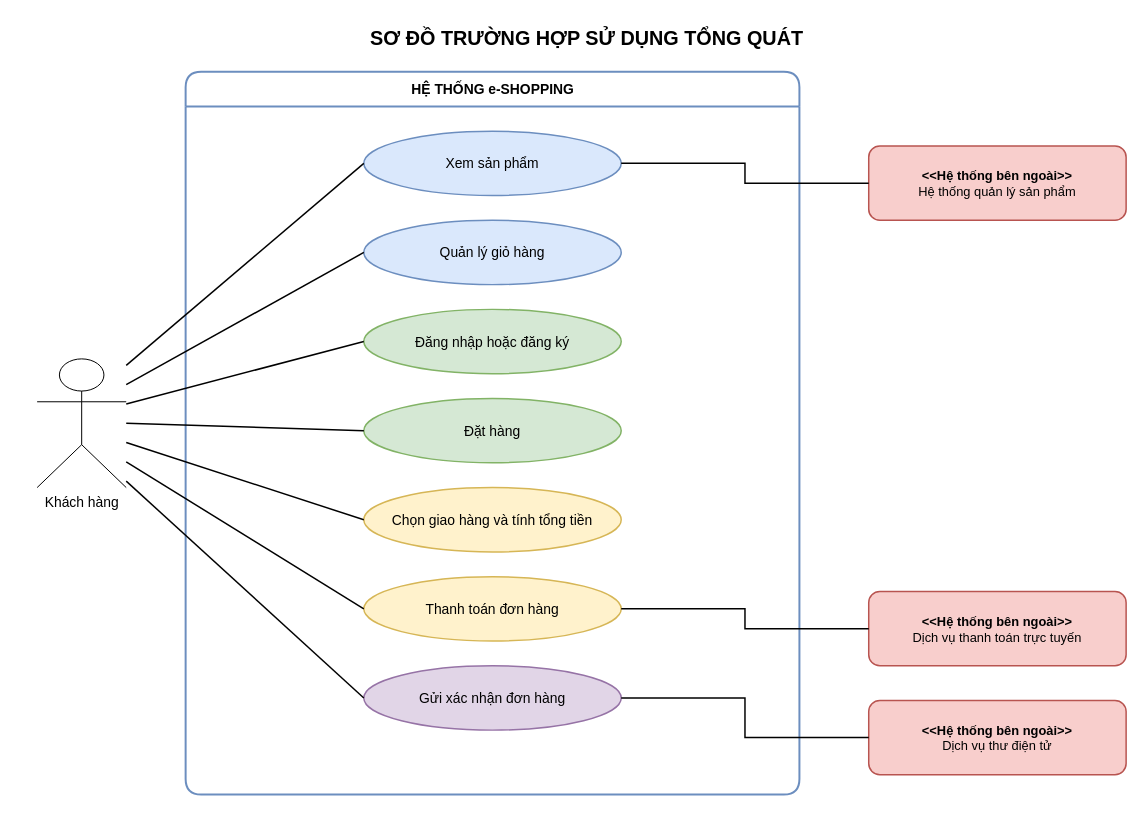
1250080044-PhamMinhGiang-12DHCNPM1/OOP-Lab keeps this draw.io diagram as page "01 Trường hợp sử dụng" (1 of 9) of LAB_AT_OOSD/LAB04/ThietKe/PhamMInhGiang-12DHCNPM1-ThietKeLab04.drawio. Above is the earlier version. Source tidied: cells renumbered, new cells numbered last; positions are measured from the earlier drawing's top-left corner, leaving out a move shared by most shapes. Both pictures are drawn from the tidied source at 99%, with x=0, y=0 at pixel (37, 17).
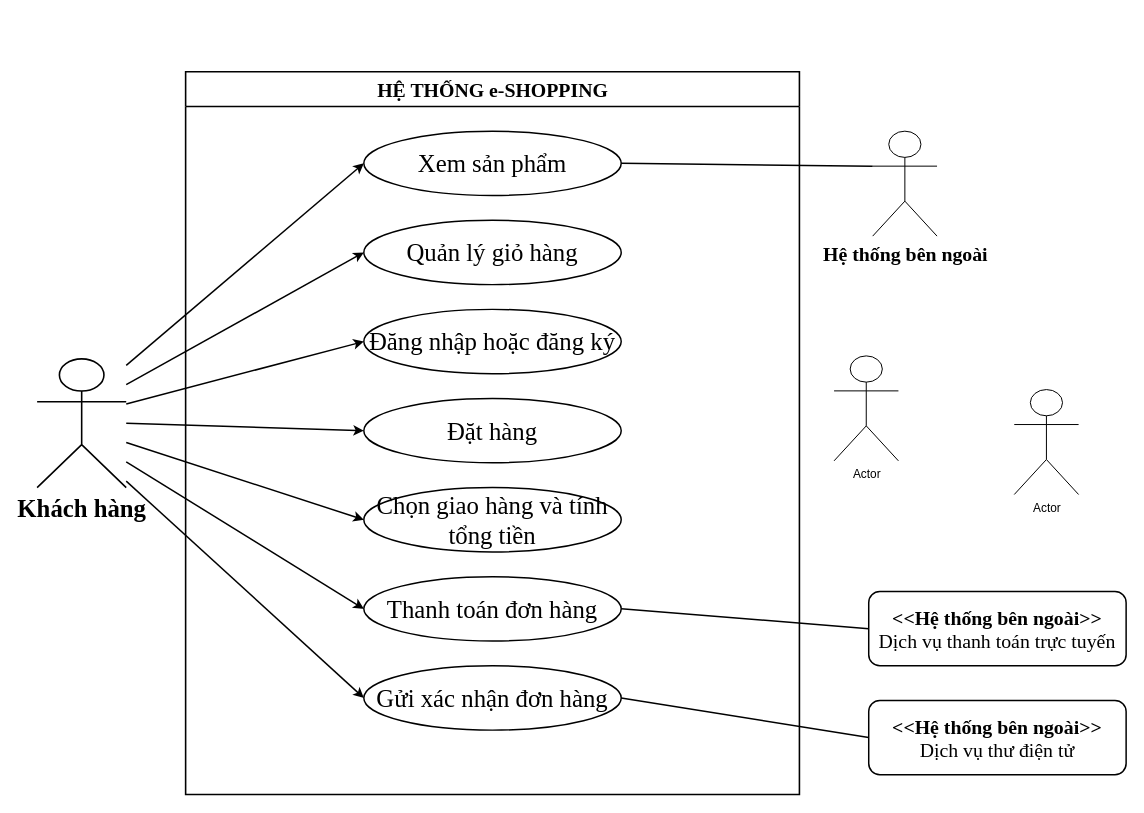
The same diagram, later.

Diff of the diagram source:
```diff
@@
-<mxGraphModel>
+<mxGraphModel background="#FFFFFF">
@@
-    <mxCell id="2" value="SƠ ĐỒ TRƯỜNG HỢP SỬ DỤNG TỔNG QUÁT" style="text;html=1;align=center;verticalAlign=middle;fontSize=20;fontStyle=1;" parent="1" vertex="1">
-      <mxGeometry x="245" width="620" height="40" as="geometry" />
-    </mxCell>
-    <mxCell id="3" value="HỆ THỐNG e-SHOPPING" style="swimlane;html=1;startSize=35;rounded=1;fillColor=#ffffff;strokeColor=#6c8ebf;strokeWidth=2;fontStyle=1;fontSize=14;" parent="1" vertex="1">
+    <mxCell id="3" value="&lt;font style=&quot;font-size: 20px;&quot;&gt;HỆ THỐNG e-SHOPPING&lt;/font&gt;" style="swimlane;html=1;startSize=35;rounded=0;strokeWidth=1.6;fontStyle=1;fontSize=14;fontFamily=Times New Roman;swimlaneFillColor=default;fillColor=default;" parent="1" vertex="1">
       <mxGeometry x="150" y="55" width="620" height="730" as="geometry" />
     </mxCell>
-    <mxCell id="4" value="Xem sản phẩm" style="ellipse;whiteSpace=wrap;html=1;fillColor=#dae8fc;strokeColor=#6c8ebf;strokeWidth=1.5;fontSize=14;" parent="3" vertex="1">
+    <mxCell id="4" value="Xem sản phẩm" style="ellipse;whiteSpace=wrap;html=1;strokeWidth=1.5;fontSize=25;fontFamily=Times New Roman;" parent="3" vertex="1">
       <mxGeometry x="180" y="60" width="260" height="65" as="geometry" />
     </mxCell>
-    <mxCell id="5" value="Quản lý giỏ hàng" style="ellipse;whiteSpace=wrap;html=1;fillColor=#dae8fc;strokeColor=#6c8ebf;strokeWidth=1.5;fontSize=14;" parent="3" vertex="1">
+    <mxCell id="5" value="Quản lý giỏ hàng" style="ellipse;whiteSpace=wrap;html=1;strokeWidth=1.5;fontSize=25;fontFamily=Times New Roman;" parent="3" vertex="1">
       <mxGeometry x="180" y="150" width="260" height="65" as="geometry" />
     </mxCell>
-    <mxCell id="6" value="Đăng nhập hoặc đăng ký" style="ellipse;whiteSpace=wrap;html=1;fillColor=#d5e8d4;strokeColor=#82b366;strokeWidth=1.5;fontSize=14;" parent="3" vertex="1">
+    <mxCell id="6" value="Đăng nhập hoặc đăng ký" style="ellipse;whiteSpace=wrap;html=1;strokeWidth=1.5;fontSize=25;fontFamily=Times New Roman;" parent="3" vertex="1">
       <mxGeometry x="180" y="240" width="260" height="65" as="geometry" />
     </mxCell>
-    <mxCell id="7" value="Đặt hàng" style="ellipse;whiteSpace=wrap;html=1;fillColor=#d5e8d4;strokeColor=#82b366;strokeWidth=1.5;fontSize=14;" parent="3" vertex="1">
+    <mxCell id="7" value="Đặt hàng" style="ellipse;whiteSpace=wrap;html=1;strokeWidth=1.5;fontSize=25;fontFamily=Times New Roman;" parent="3" vertex="1">
       <mxGeometry x="180" y="330" width="260" height="65" as="geometry" />
     </mxCell>
-    <mxCell id="8" value="Chọn giao hàng và tính tổng tiền" style="ellipse;whiteSpace=wrap;html=1;fillColor=#fff2cc;strokeColor=#d6b656;strokeWidth=1.5;fontSize=14;" parent="3" vertex="1">
+    <mxCell id="8" value="Chọn giao hàng và tính tổng tiền" style="ellipse;whiteSpace=wrap;html=1;strokeWidth=1.5;fontSize=25;fontFamily=Times New Roman;" parent="3" vertex="1">
       <mxGeometry x="180" y="420" width="260" height="65" as="geometry" />
     </mxCell>
-    <mxCell id="9" value="Thanh toán đơn hàng" style="ellipse;whiteSpace=wrap;html=1;fillColor=#fff2cc;strokeColor=#d6b656;strokeWidth=1.5;fontSize=14;" parent="3" vertex="1">
+    <mxCell id="9" value="Thanh toán đơn hàng" style="ellipse;whiteSpace=wrap;html=1;strokeWidth=1.5;fontSize=25;fontFamily=Times New Roman;" parent="3" vertex="1">
       <mxGeometry x="180" y="510" width="260" height="65" as="geometry" />
     </mxCell>
-    <mxCell id="10" value="Gửi xác nhận đơn hàng" style="ellipse;whiteSpace=wrap;html=1;fillColor=#e1d5e7;strokeColor=#9673a6;strokeWidth=1.5;fontSize=14;" parent="3" vertex="1">
+    <mxCell id="10" value="Gửi xác nhận đơn hàng" style="ellipse;whiteSpace=wrap;html=1;strokeWidth=1.5;fontSize=25;fontFamily=Times New Roman;" parent="3" vertex="1">
       <mxGeometry x="180" y="600" width="260" height="65" as="geometry" />
     </mxCell>
-    <mxCell id="11" value="Khách hàng" style="shape=umlActor;verticalLabelPosition=bottom;verticalAlign=top;html=1;fontSize=14;" parent="1" vertex="1">
+    <mxCell id="11" value="&lt;font style=&quot;font-size: 25px;&quot;&gt;&lt;b&gt;Khách hàng&lt;/b&gt;&lt;/font&gt;" style="shape=umlActor;verticalLabelPosition=bottom;verticalAlign=top;html=1;fontSize=14;fontFamily=Times New Roman;strokeWidth=1.6;" parent="1" vertex="1">
       <mxGeometry y="345" width="90" height="130" as="geometry" />
     </mxCell>
-    <mxCell id="12" value="&lt;b&gt;&amp;lt;&amp;lt;Hệ thống bên ngoài&amp;gt;&amp;gt;&lt;/b&gt;&lt;br&gt;Hệ thống quản lý sản phẩm" style="rounded=1;whiteSpace=wrap;html=1;fillColor=#f8cecc;strokeColor=#b85450;strokeWidth=1.5;fontSize=13;" parent="1" vertex="1">
-      <mxGeometry x="840" y="130" width="260" height="75" as="geometry" />
-    </mxCell>
-    <mxCell id="13" value="&lt;b&gt;&amp;lt;&amp;lt;Hệ thống bên ngoài&amp;gt;&amp;gt;&lt;/b&gt;&lt;br&gt;Dịch vụ thanh toán trực tuyến" style="rounded=1;whiteSpace=wrap;html=1;fillColor=#f8cecc;strokeColor=#b85450;strokeWidth=1.5;fontSize=13;" parent="1" vertex="1">
+    <mxCell id="13" value="&lt;b&gt;&amp;lt;&amp;lt;Hệ thống bên ngoài&amp;gt;&amp;gt;&lt;/b&gt;&lt;br&gt;Dịch vụ thanh toán trực tuyến" style="rounded=1;whiteSpace=wrap;html=1;strokeWidth=1.5;fontSize=20;fontFamily=Times New Roman;" parent="1" vertex="1">
       <mxGeometry x="840" y="580" width="260" height="75" as="geometry" />
     </mxCell>
-    <mxCell id="14" value="&lt;b&gt;&amp;lt;&amp;lt;Hệ thống bên ngoài&amp;gt;&amp;gt;&lt;/b&gt;&lt;br&gt;Dịch vụ thư điện tử" style="rounded=1;whiteSpace=wrap;html=1;fillColor=#f8cecc;strokeColor=#b85450;strokeWidth=1.5;fontSize=13;" parent="1" vertex="1">
+    <mxCell id="14" value="&lt;b&gt;&amp;lt;&amp;lt;Hệ thống bên ngoài&amp;gt;&amp;gt;&lt;/b&gt;&lt;br&gt;Dịch vụ thư điện tử" style="rounded=1;whiteSpace=wrap;html=1;strokeWidth=1.5;fontSize=20;fontFamily=Times New Roman;" parent="1" vertex="1">
       <mxGeometry x="840" y="690" width="260" height="75" as="geometry" />
     </mxCell>
-    <mxCell id="15" style="edgeStyle=none;rounded=0;html=1;endArrow=none;strokeWidth=1.5;exitX=1;exitY=0.05;exitDx=0;exitDy=0;entryX=0;entryY=0.5;entryDx=0;entryDy=0;" parent="1" edge="1" source="11" target="4">
+    <mxCell id="15" style="edgeStyle=none;rounded=0;html=1;endArrow=classic;strokeWidth=1.5;exitX=1;exitY=0.05;exitDx=0;exitDy=0;entryX=0;entryY=0.5;entryDx=0;entryDy=0;fontFamily=Times New Roman;fontColor=#271C20;labelBackgroundColor=#FFFFFF;fontSize=13;endFill=1;" parent="1" edge="1" source="11" target="4">
       <mxGeometry relative="1" as="geometry" />
     </mxCell>
-    <mxCell id="16" style="edgeStyle=none;rounded=0;html=1;endArrow=none;strokeWidth=1.5;exitX=1;exitY=0.20;exitDx=0;exitDy=0;entryX=0;entryY=0.5;entryDx=0;entryDy=0;" parent="1" edge="1" source="11" target="5">
+    <mxCell id="16" style="edgeStyle=none;rounded=0;html=1;endArrow=classic;strokeWidth=1.5;exitX=1;exitY=0.20;exitDx=0;exitDy=0;entryX=0;entryY=0.5;entryDx=0;entryDy=0;fontFamily=Times New Roman;fontColor=#271C20;labelBackgroundColor=#FFFFFF;fontSize=13;endFill=1;" parent="1" edge="1" source="11" target="5">
       <mxGeometry relative="1" as="geometry" />
     </mxCell>
-    <mxCell id="17" style="edgeStyle=none;rounded=0;html=1;endArrow=none;strokeWidth=1.5;exitX=1;exitY=0.35;exitDx=0;exitDy=0;entryX=0;entryY=0.5;entryDx=0;entryDy=0;" parent="1" edge="1" source="11" target="6">
+    <mxCell id="17" style="edgeStyle=none;rounded=0;html=1;endArrow=classic;strokeWidth=1.5;exitX=1;exitY=0.35;exitDx=0;exitDy=0;entryX=0;entryY=0.5;entryDx=0;entryDy=0;fontFamily=Times New Roman;fontColor=#271C20;labelBackgroundColor=#FFFFFF;fontSize=13;endFill=1;" parent="1" edge="1" source="11" target="6">
       <mxGeometry relative="1" as="geometry" />
     </mxCell>
-    <mxCell id="18" style="edgeStyle=none;rounded=0;html=1;endArrow=none;strokeWidth=1.5;exitX=1;exitY=0.50;exitDx=0;exitDy=0;entryX=0;entryY=0.5;entryDx=0;entryDy=0;" parent="1" edge="1" source="11" target="7">
+    <mxCell id="18" style="edgeStyle=none;rounded=0;html=1;endArrow=classic;strokeWidth=1.5;exitX=1;exitY=0.50;exitDx=0;exitDy=0;entryX=0;entryY=0.5;entryDx=0;entryDy=0;fontFamily=Times New Roman;fontColor=#271C20;labelBackgroundColor=#FFFFFF;fontSize=13;endFill=1;" parent="1" edge="1" source="11" target="7">
       <mxGeometry relative="1" as="geometry" />
     </mxCell>
-    <mxCell id="19" style="edgeStyle=none;rounded=0;html=1;endArrow=none;strokeWidth=1.5;exitX=1;exitY=0.65;exitDx=0;exitDy=0;entryX=0;entryY=0.5;entryDx=0;entryDy=0;" parent="1" edge="1" source="11" target="8">
+    <mxCell id="19" style="edgeStyle=none;rounded=0;html=1;endArrow=classic;strokeWidth=1.5;exitX=1;exitY=0.65;exitDx=0;exitDy=0;entryX=0;entryY=0.5;entryDx=0;entryDy=0;fontFamily=Times New Roman;fontColor=#271C20;labelBackgroundColor=#FFFFFF;fontSize=13;endFill=1;" parent="1" edge="1" source="11" target="8">
       <mxGeometry relative="1" as="geometry" />
     </mxCell>
-    <mxCell id="20" style="edgeStyle=none;rounded=0;html=1;endArrow=none;strokeWidth=1.5;exitX=1;exitY=0.80;exitDx=0;exitDy=0;entryX=0;entryY=0.5;entryDx=0;entryDy=0;" parent="1" edge="1" source="11" target="9">
+    <mxCell id="20" style="edgeStyle=none;rounded=0;html=1;endArrow=classic;strokeWidth=1.5;exitX=1;exitY=0.80;exitDx=0;exitDy=0;entryX=0;entryY=0.5;entryDx=0;entryDy=0;fontFamily=Times New Roman;fontColor=#271C20;labelBackgroundColor=#FFFFFF;fontSize=13;endFill=1;" parent="1" edge="1" source="11" target="9">
       <mxGeometry relative="1" as="geometry" />
     </mxCell>
-    <mxCell id="21" style="edgeStyle=none;rounded=0;html=1;endArrow=none;strokeWidth=1.5;exitX=1;exitY=0.95;exitDx=0;exitDy=0;entryX=0;entryY=0.5;entryDx=0;entryDy=0;" parent="1" edge="1" source="11" target="10">
+    <mxCell id="21" style="edgeStyle=none;rounded=0;html=1;endArrow=classic;strokeWidth=1.5;exitX=1;exitY=0.95;exitDx=0;exitDy=0;entryX=0;entryY=0.5;entryDx=0;entryDy=0;fontFamily=Times New Roman;fontColor=#271C20;labelBackgroundColor=#FFFFFF;fontSize=13;endFill=1;" parent="1" edge="1" source="11" target="10">
       <mxGeometry relative="1" as="geometry" />
     </mxCell>
-    <mxCell id="22" style="edgeStyle=orthogonalEdgeStyle;rounded=0;jettySize=auto;html=1;endArrow=none;strokeWidth=1.5;exitX=1;exitY=0.5;entryX=0;entryY=0.5;" parent="1" edge="1" source="4" target="12">
+    <mxCell id="22" style="rounded=0;jettySize=auto;html=1;endArrow=none;strokeWidth=1.5;exitX=1;exitY=0.5;entryX=0;entryY=0.3333333333333333;fontFamily=Times New Roman;fontColor=#271C20;labelBackgroundColor=#FFFFFF;fontSize=13;entryDx=0;entryDy=0;entryPerimeter=0;" parent="1" edge="1" source="4" target="25">
       <mxGeometry relative="1" as="geometry" />
     </mxCell>
-    <mxCell id="23" style="edgeStyle=orthogonalEdgeStyle;rounded=0;jettySize=auto;html=1;endArrow=none;strokeWidth=1.5;exitX=1;exitY=0.5;entryX=0;entryY=0.5;" parent="1" edge="1" source="9" target="13">
+    <mxCell id="23" style="rounded=0;jettySize=auto;html=1;endArrow=none;strokeWidth=1.5;exitX=1;exitY=0.5;entryX=0;entryY=0.5;fontFamily=Times New Roman;fontColor=#271C20;labelBackgroundColor=#FFFFFF;fontSize=13;" parent="1" edge="1" source="9" target="13">
       <mxGeometry relative="1" as="geometry" />
     </mxCell>
-    <mxCell id="24" style="edgeStyle=orthogonalEdgeStyle;rounded=0;jettySize=auto;html=1;endArrow=none;strokeWidth=1.5;exitX=1;exitY=0.5;entryX=0;entryY=0.5;" parent="1" edge="1" source="10" target="14">
+    <mxCell id="24" style="rounded=0;jettySize=auto;html=1;endArrow=none;strokeWidth=1.5;exitX=1;exitY=0.5;entryX=0;entryY=0.5;fontFamily=Times New Roman;fontColor=#271C20;labelBackgroundColor=#FFFFFF;fontSize=13;" parent="1" edge="1" source="10" target="14">
       <mxGeometry relative="1" as="geometry" />
     </mxCell>
+    <mxCell id="25" value="&lt;font face=&quot;Times New Roman&quot; style=&quot;font-size: 20px;&quot;&gt;&lt;b&gt;Hệ thống bên ngoài&lt;/b&gt;&lt;/font&gt;" style="shape=umlActor;verticalLabelPosition=bottom;verticalAlign=top;html=1;outlineConnect=0;labelPerimeter=1;" parent="1" vertex="1">
+      <mxGeometry x="844" y="115" width="65" height="106" as="geometry" />
+    </mxCell>
+    <mxCell id="26" value="Actor" style="shape=umlActor;verticalLabelPosition=bottom;verticalAlign=top;html=1;labelPerimeter=1;" parent="1" vertex="1">
+      <mxGeometry x="987" y="376" width="65" height="106" as="geometry" />
+    </mxCell>
+    <mxCell id="27" value="Actor" style="shape=umlActor;verticalLabelPosition=bottom;verticalAlign=top;html=1;labelPerimeter=1;" parent="1" vertex="1">
+      <mxGeometry x="805" y="342" width="65" height="106" as="geometry" />
+    </mxCell>
```
